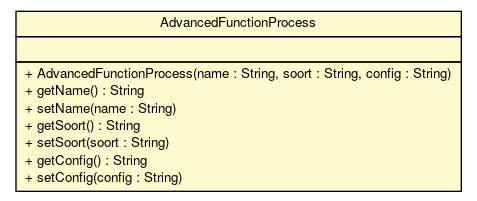
Earlier version of the Graphviz export brmo-loader/apidocs/nl/b3p/brmo/loader/advancedfunctions/AdvancedFunctionProcess.png (B3Partners/brmo). Its source is kept beside it as brmo-loader/apidocs/nl/b3p/brmo/loader/advancedfunctions/AdvancedFunctionProcess.dot.
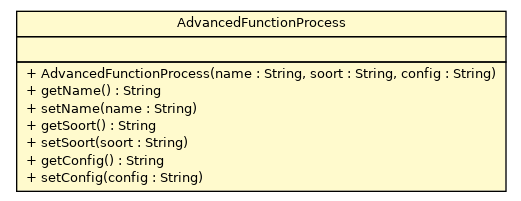
After the commit.

The edit, as a diff of the source:
```diff
@@ -4,7 +4,7 @@
 	node [fontname="Helvetica",fontsize=10,shape=plaintext];
 	nodesep=0.25;
 	ranksep=0.5;
-	c494 [label=<<table title="nl.b3p.brmo.loader.advancedfunctions.AdvancedFunctionProcess" border="0" cellborder="1" cellspacing="0" cellpadding="2" port="p" bgcolor="lemonChiffon" href="./AdvancedFunctionProcess.html">
+	c403 [label=<<table title="nl.b3p.brmo.loader.advancedfunctions.AdvancedFunctionProcess" border="0" cellborder="1" cellspacing="0" cellpadding="2" port="p" bgcolor="lemonChiffon" href="./AdvancedFunctionProcess.html">
 		<tr><td><table border="0" cellspacing="0" cellpadding="1">
 <tr><td align="center" balign="center"> AdvancedFunctionProcess </td></tr>
 		</table></td></tr>
```
